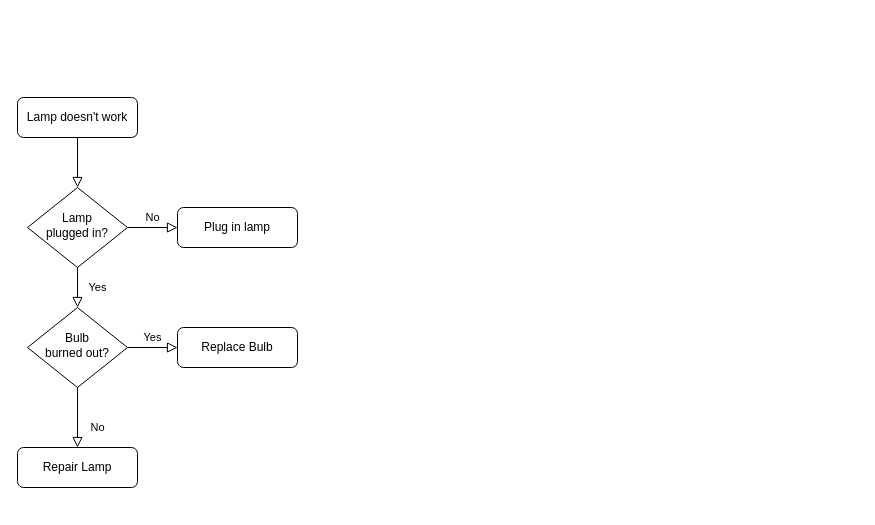
Before: 1_1_6.drawio in saraimarte/data, a draw.io diagram. Source tidied: cells renumbered, new cells numbered last; positions are measured from the earlier drawing's top-left corner, leaving out a move shared by most shapes. Both pictures are drawn from the tidied source at 100%, with x=0, y=0 at pixel (17, 97).
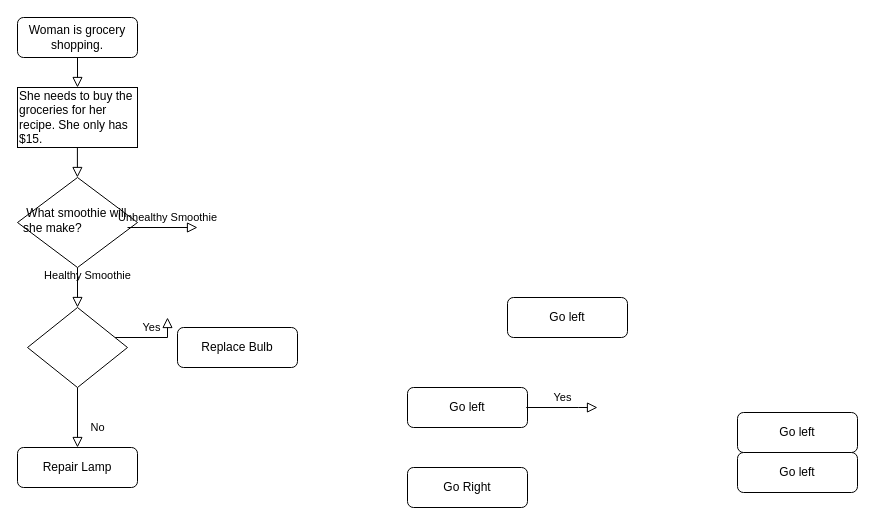
The same diagram, later.

The change refers to these unchanged cells:
```xml
<mxCell id="12" value="Replace Bulb" style="rounded=1;whiteSpace=wrap;html=1;fontSize=12;glass=0;strokeWidth=1;shadow=0;" parent="1" vertex="1">
  <mxGeometry x="160" y="230" width="120" height="40" as="geometry" />
</mxCell>
```

What changed in the source:
```diff
@@
-    <mxCell id="2" style="rounded=0;html=1;jettySize=auto;fontSize=11;endArrow=block;endFill=0;endSize=8;strokeWidth=1;shadow=0;labelBackgroundColor=none;edgeStyle=orthogonalEdgeStyle;" parent="1" edge="1" source="3" target="6">
-      <mxGeometry relative="1" as="geometry" />
+    <mxCell id="2" style="rounded=0;html=1;jettySize=auto;fontSize=11;endArrow=block;endFill=0;endSize=8;strokeWidth=1;shadow=0;labelBackgroundColor=none;edgeStyle=orthogonalEdgeStyle;" parent="1" edge="1" source="3">
+      <mxGeometry relative="1" as="geometry">
+        <mxPoint x="60" y="-10" as="targetPoint" />
+      </mxGeometry>
     </mxCell>
-    <mxCell id="3" value="Lamp doesn't work" style="rounded=1;whiteSpace=wrap;html=1;fontSize=12;glass=0;strokeWidth=1;shadow=0;" parent="1" vertex="1">
-      <mxGeometry width="120" height="40" as="geometry" />
+    <mxCell id="3" value="Woman is grocery shopping." style="rounded=1;whiteSpace=wrap;html=1;fontSize=12;glass=0;strokeWidth=1;shadow=0;" parent="1" vertex="1">
+      <mxGeometry y="-80" width="120" height="40" as="geometry" />
     </mxCell>
-    <mxCell id="4" value="Yes" style="rounded=0;html=1;jettySize=auto;fontSize=11;endArrow=block;endFill=0;endSize=8;strokeWidth=1;shadow=0;labelBackgroundColor=none;edgeStyle=orthogonalEdgeStyle;" parent="1" edge="1" source="6" target="10">
-      <mxGeometry y="20" relative="1" as="geometry" />
+    <mxCell id="4" value="Healthy Smoothie" style="rounded=0;html=1;jettySize=auto;fontSize=11;endArrow=block;endFill=0;endSize=8;strokeWidth=1;shadow=0;labelBackgroundColor=none;edgeStyle=orthogonalEdgeStyle;" parent="1" edge="1" source="6" target="10">
+      <mxGeometry x="-0.6" y="10" relative="1" as="geometry" />
     </mxCell>
-    <mxCell id="5" value="No" style="edgeStyle=orthogonalEdgeStyle;rounded=0;html=1;jettySize=auto;fontSize=11;endArrow=block;endFill=0;endSize=8;strokeWidth=1;shadow=0;labelBackgroundColor=none;" parent="1" edge="1" source="6" target="7">
-      <mxGeometry y="10" relative="1" as="geometry" />
-    </mxCell>
-    <mxCell id="6" value="Lamp&lt;br&gt;plugged in?" style="rhombus;whiteSpace=wrap;html=1;shadow=0;fontFamily=Helvetica;fontSize=12;align=center;strokeWidth=1;spacing=6;spacingTop=-4;" parent="1" vertex="1">
-      <mxGeometry x="10" y="90" width="100" height="80" as="geometry" />
+    <mxCell id="6" value="&amp;nbsp;What smoothie will she make?&amp;nbsp;" style="rhombus;whiteSpace=wrap;html=1;shadow=0;fontFamily=Helvetica;fontSize=12;align=left;strokeWidth=1;spacing=6;spacingTop=-4;" parent="1" vertex="1">
+      <mxGeometry y="80" width="120" height="90" as="geometry" />
     </mxCell>
-    <mxCell id="7" value="Plug in lamp" style="rounded=1;whiteSpace=wrap;html=1;fontSize=12;glass=0;strokeWidth=1;shadow=0;" parent="1" vertex="1">
-      <mxGeometry x="160" y="110" width="120" height="40" as="geometry" />
+    <mxCell id="7" value="Go left" style="rounded=1;whiteSpace=wrap;html=1;fontSize=12;glass=0;strokeWidth=1;shadow=0;" parent="1" vertex="1">
+      <mxGeometry x="390" y="290" width="120" height="40" as="geometry" />
     </mxCell>
@@
-    <mxCell id="9" value="Yes" style="edgeStyle=orthogonalEdgeStyle;rounded=0;html=1;jettySize=auto;fontSize=11;endArrow=block;endFill=0;endSize=8;strokeWidth=1;shadow=0;labelBackgroundColor=none;" parent="1" edge="1" source="10" target="12">
-      <mxGeometry y="10" relative="1" as="geometry" />
+    <mxCell id="9" value="Yes" style="edgeStyle=orthogonalEdgeStyle;rounded=0;html=1;jettySize=auto;fontSize=11;endArrow=block;endFill=0;endSize=8;strokeWidth=1;shadow=0;labelBackgroundColor=none;" parent="1" edge="1" source="10">
+      <mxGeometry y="10" relative="1" as="geometry">
+        <mxPoint x="150" y="220" as="targetPoint" />
+        <Array as="points">
+          <mxPoint x="150" y="240" />
+        </Array>
+      </mxGeometry>
     </mxCell>
-    <mxCell id="10" value="Bulb&lt;br&gt;burned out?" style="rhombus;whiteSpace=wrap;html=1;shadow=0;fontFamily=Helvetica;fontSize=12;align=center;strokeWidth=1;spacing=6;spacingTop=-4;" parent="1" vertex="1">
+    <mxCell id="10" style="rhombus;whiteSpace=wrap;html=1;shadow=0;fontFamily=Helvetica;fontSize=12;align=center;strokeWidth=1;spacing=6;spacingTop=-4;" parent="1" vertex="1">
       <mxGeometry x="10" y="210" width="100" height="80" as="geometry" />
     </mxCell>
@@
+    <mxCell id="13" value="Go Right" style="rounded=1;whiteSpace=wrap;html=1;fontSize=12;glass=0;strokeWidth=1;shadow=0;" parent="1" vertex="1">
+      <mxGeometry x="390" y="370" width="120" height="40" as="geometry" />
+    </mxCell>
+    <mxCell id="14" value="Go left" style="rounded=1;whiteSpace=wrap;html=1;fontSize=12;glass=0;strokeWidth=1;shadow=0;" parent="1" vertex="1">
+      <mxGeometry x="720" y="315" width="120" height="40" as="geometry" />
+    </mxCell>
+    <mxCell id="15" value="Go left" style="rounded=1;whiteSpace=wrap;html=1;fontSize=12;glass=0;strokeWidth=1;shadow=0;" parent="1" vertex="1">
+      <mxGeometry x="720" y="355" width="120" height="40" as="geometry" />
+    </mxCell>
+    <mxCell id="16" value="Go left" style="rounded=1;whiteSpace=wrap;html=1;fontSize=12;glass=0;strokeWidth=1;shadow=0;" parent="1" vertex="1">
+      <mxGeometry x="490" y="200" width="120" height="40" as="geometry" />
+    </mxCell>
+    <mxCell id="17" value="Yes" style="edgeStyle=orthogonalEdgeStyle;rounded=0;html=1;jettySize=auto;orthogonalLoop=1;fontSize=11;endArrow=block;endFill=0;endSize=8;strokeWidth=1;shadow=0;labelBackgroundColor=none;" parent="1" edge="1">
+      <mxGeometry y="10" relative="1" as="geometry">
+        <mxPoint x="508.8" y="310" as="sourcePoint" />
+        <mxPoint x="580" y="310" as="targetPoint" />
+        <Array as="points">
+          <mxPoint x="561.2" y="310" />
+        </Array>
+      </mxGeometry>
+    </mxCell>
+    <mxCell id="18" value="Unhealthy Smoothie" style="edgeStyle=orthogonalEdgeStyle;rounded=0;html=1;jettySize=auto;orthogonalLoop=1;fontSize=11;endArrow=block;endFill=0;endSize=8;strokeWidth=1;shadow=0;labelBackgroundColor=none;" parent="1" edge="1">
+      <mxGeometry x="0.14" y="10" relative="1" as="geometry">
+        <mxPoint x="110" y="130" as="sourcePoint" />
+        <mxPoint x="180" y="130" as="targetPoint" />
+        <Array as="points">
+          <mxPoint x="162.5" y="130" />
+        </Array>
+      </mxGeometry>
+    </mxCell>
+    <mxCell id="19" value="She needs to buy the groceries for her recipe. She only has $15." style="rounded=0;whiteSpace=wrap;html=1;fontSize=12;align=left;" parent="1" vertex="1">
+      <mxGeometry y="-10" width="120" height="60" as="geometry" />
+    </mxCell>
+    <mxCell id="20" style="rounded=0;html=1;jettySize=auto;orthogonalLoop=1;fontSize=11;endArrow=block;endFill=0;endSize=8;strokeWidth=1;shadow=0;labelBackgroundColor=none;edgeStyle=orthogonalEdgeStyle;" parent="1" edge="1">
+      <mxGeometry relative="1" as="geometry">
+        <mxPoint x="59.9" y="50" as="sourcePoint" />
+        <mxPoint x="59.9" y="80" as="targetPoint" />
+        <Array as="points">
+          <mxPoint x="59.9" y="80" />
+          <mxPoint x="59.9" y="80" />
+        </Array>
+      </mxGeometry>
+    </mxCell>
```
